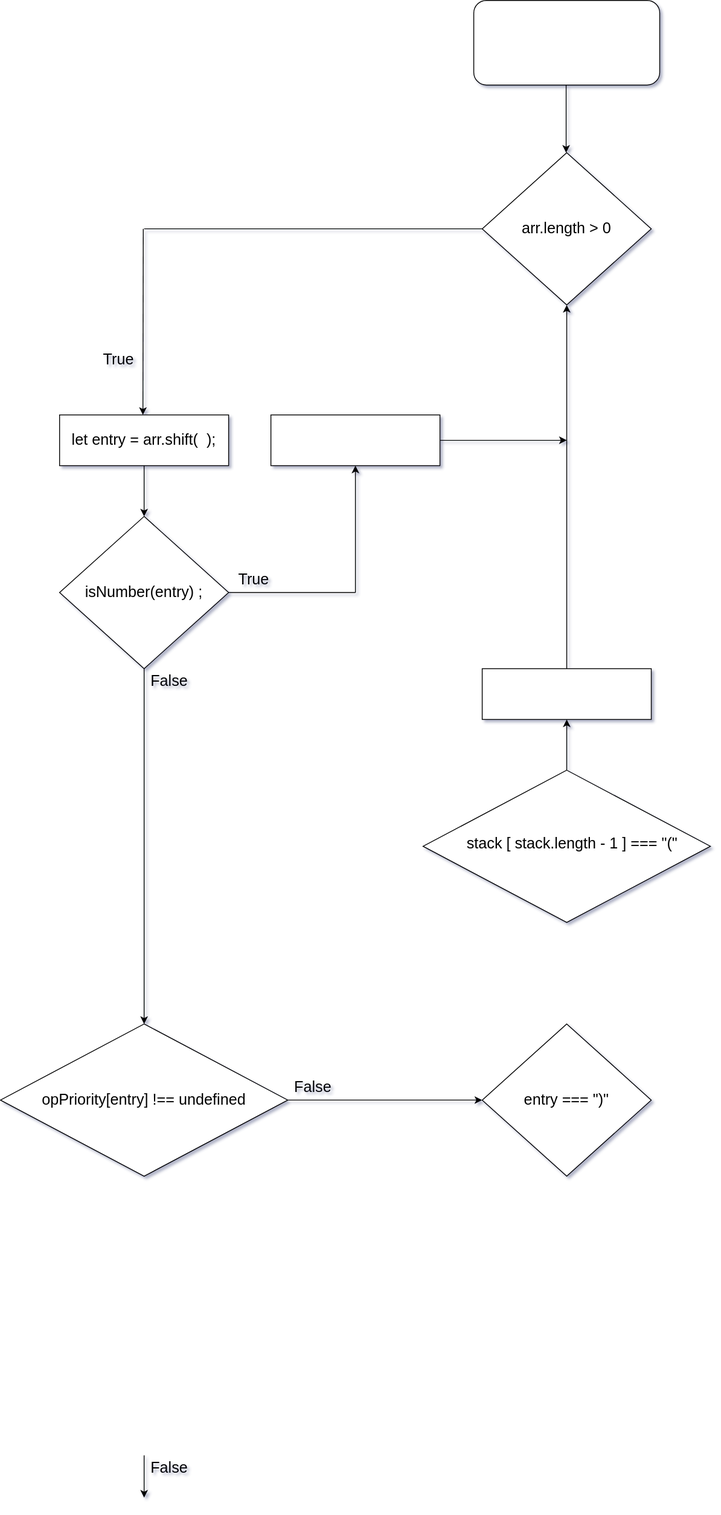
Before: Untitled Diagram.drawio.svg, a diagram exported from draw.io (jcgm3205/jcgm3205). Source tidied: cells renumbered, new cells last; positions are measured from the earlier drawing's top-left corner, leaving out a move shared by most shapes.
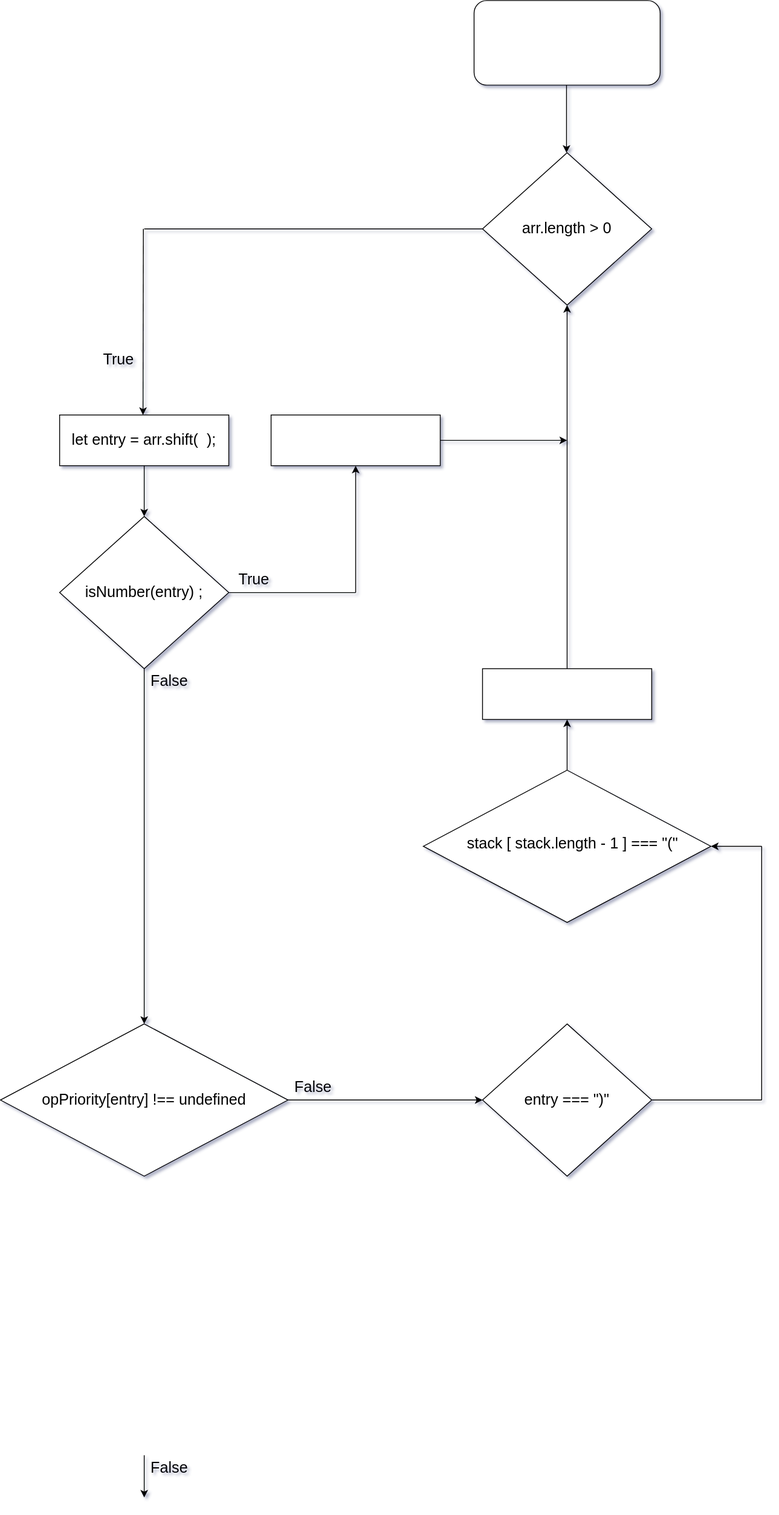
Above is the later version.

Diff of the diagram source:
```diff
@@ -124,5 +124,22 @@
         <mxPoint x="420" y="700" as="targetPoint" />
       </mxGeometry>
     </mxCell>
+    <mxCell id="34" style="endArrow=none;html=1;rounded=0;fontSize=18;" parent="1" edge="1">
+      <mxGeometry relative="1" as="geometry">
+        <mxPoint x="770" y="1300" as="sourcePoint" />
+        <mxPoint x="900" y="1300" as="targetPoint" />
+      </mxGeometry>
+    </mxCell>
+    <mxCell id="35" style="endArrow=none;html=1;rounded=0;fontSize=18;" parent="1" edge="1">
+      <mxGeometry relative="1" as="geometry">
+        <mxPoint x="900" y="1300" as="sourcePoint" />
+        <mxPoint x="900" y="1000" as="targetPoint" />
+      </mxGeometry>
+    </mxCell>
+    <mxCell id="36" style="endArrow=classic;html=1;rounded=0;fontSize=18;entryX=1;entryY=0.5;entryDx=0;entryDy=0;" parent="1" edge="1" target="24">
+      <mxGeometry relative="1" as="geometry">
+        <mxPoint x="900" y="1000" as="sourcePoint" />
+      </mxGeometry>
+    </mxCell>
   </root>
 </mxGraphModel>
```
